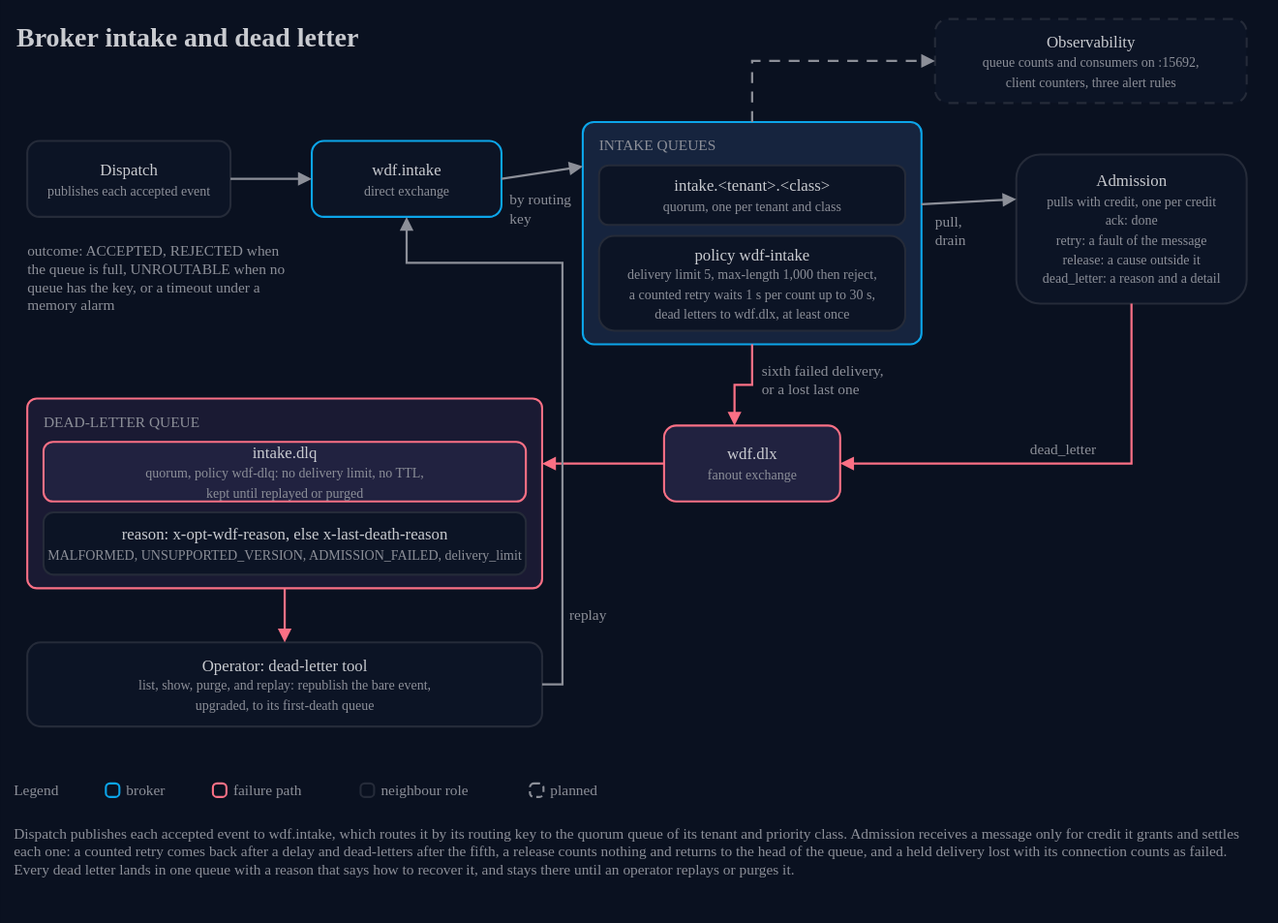
Earlier version of the draw.io export docs/architecture/19-broker-intake-and-dead-letter.drawio.svg (AndoNorth/disyard). Source tidied: cells renumbered, new cells last; positions are measured from the earlier drawing's top-left corner, leaving out a move shared by most shapes.
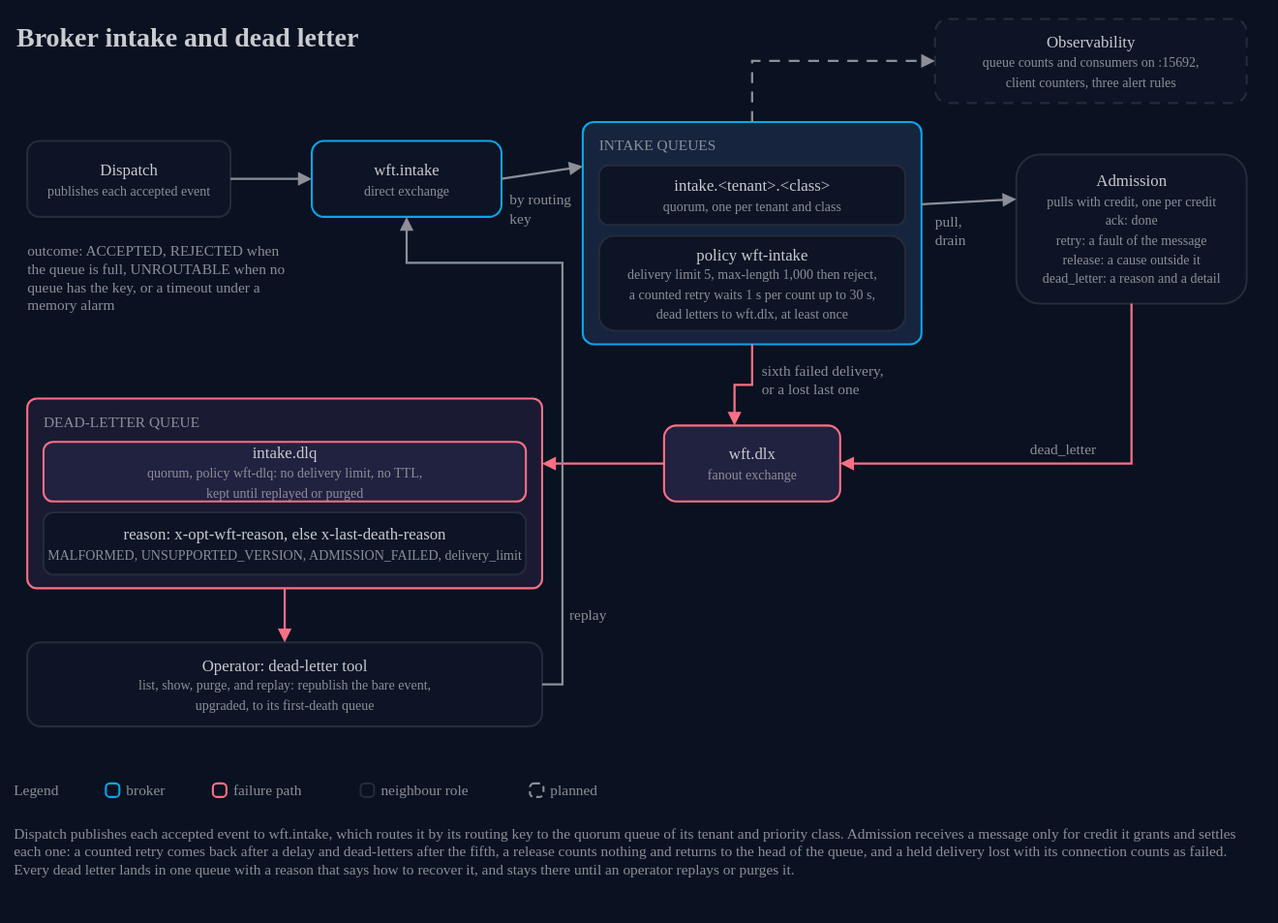
The same diagram one commit later.

Diff of the diagram source:
```diff
@@ -14,7 +14,7 @@
     <mxCell id="5" value="outcome: ACCEPTED, REJECTED when the queue is full, UNROUTABLE when no queue has the key, or a timeout under a memory alarm" style="text;html=1;strokeColor=none;fillColor=none;align=left;verticalAlign=middle;whiteSpace=wrap;fontColor=#8c8f98;fontSize=11;fontFamily=IBM Plex Sans;spacing=0;" parent="1" vertex="1">
       <mxGeometry x="10" y="160" width="190" height="70" as="geometry" />
     </mxCell>
-    <mxCell id="6" value="wdf.intake&lt;br&gt;&lt;font color=&quot;#8c8f98&quot; style=&quot;font-size:10px&quot;&gt;direct exchange&lt;/font&gt;" style="rounded=1;arcSize=16;html=1;whiteSpace=wrap;fillColor=#0c1425;strokeColor=#0ca5e9;strokeWidth=1.5;fontColor=#c9cbd0;fontSize=12;fontFamily=IBM Plex Sans;" parent="1" vertex="1">
+    <mxCell id="6" value="wft.intake&lt;br&gt;&lt;font color=&quot;#8c8f98&quot; style=&quot;font-size:10px&quot;&gt;direct exchange&lt;/font&gt;" style="rounded=1;arcSize=16;html=1;whiteSpace=wrap;fillColor=#0c1425;strokeColor=#0ca5e9;strokeWidth=1.5;fontColor=#c9cbd0;fontSize=12;fontFamily=IBM Plex Sans;" parent="1" vertex="1">
       <mxGeometry x="220" y="94" width="140" height="56" as="geometry" />
     </mxCell>
     <mxCell id="7" style="rounded=1;arcSize=5;html=1;whiteSpace=wrap;fillColor=#16243e;strokeColor=#0ca5e9;strokeWidth=1.5;fontColor=#c9cbd0;fontSize=12;fontFamily=IBM Plex Sans;verticalAlign=top;align=left;" parent="1" vertex="1">
@@ -26,13 +26,13 @@
     <mxCell id="9" value="intake.&amp;lt;tenant&amp;gt;.&amp;lt;class&amp;gt;&lt;br&gt;&lt;font color=&quot;#8c8f98&quot; style=&quot;font-size:10px&quot;&gt;quorum, one per tenant and class&lt;/font&gt;" style="rounded=1;arcSize=16;html=1;whiteSpace=wrap;fillColor=#0c1425;strokeColor=#252b39;strokeWidth=1.5;fontColor=#c9cbd0;fontSize=12;fontFamily=IBM Plex Sans;" parent="1" vertex="1">
       <mxGeometry x="432" y="112" width="226" height="44" as="geometry" />
     </mxCell>
-    <mxCell id="10" value="policy wdf-intake&lt;br&gt;&lt;font color=&quot;#8c8f98&quot; style=&quot;font-size:10px&quot;&gt;delivery limit 5, max-length 1,000 then reject,&lt;br&gt;a counted retry waits 1 s per count up to 30 s,&lt;br&gt;dead letters to wdf.dlx, at least once&lt;/font&gt;" style="rounded=1;arcSize=16;html=1;whiteSpace=wrap;fillColor=#0c1425;strokeColor=#252b39;strokeWidth=1.5;fontColor=#c9cbd0;fontSize=12;fontFamily=IBM Plex Sans;" parent="1" vertex="1">
+    <mxCell id="10" value="policy wft-intake&lt;br&gt;&lt;font color=&quot;#8c8f98&quot; style=&quot;font-size:10px&quot;&gt;delivery limit 5, max-length 1,000 then reject,&lt;br&gt;a counted retry waits 1 s per count up to 30 s,&lt;br&gt;dead letters to wft.dlx, at least once&lt;/font&gt;" style="rounded=1;arcSize=16;html=1;whiteSpace=wrap;fillColor=#0c1425;strokeColor=#252b39;strokeWidth=1.5;fontColor=#c9cbd0;fontSize=12;fontFamily=IBM Plex Sans;" parent="1" vertex="1">
       <mxGeometry x="432" y="164" width="226" height="70" as="geometry" />
     </mxCell>
     <mxCell id="11" value="Admission&lt;br&gt;&lt;font color=&quot;#8c8f98&quot; style=&quot;font-size:10px&quot;&gt;pulls with credit, one per credit&lt;br&gt;ack: done&lt;br&gt;retry: a fault of the message&lt;br&gt;release: a cause outside it&lt;br&gt;dead_letter: a reason and a detail&lt;/font&gt;" style="rounded=1;arcSize=16;html=1;whiteSpace=wrap;fillColor=#0c1425;strokeColor=#252b39;strokeWidth=1.5;fontColor=#c9cbd0;fontSize=12;fontFamily=IBM Plex Sans;" parent="1" vertex="1">
       <mxGeometry x="740" y="104" width="170" height="110" as="geometry" />
     </mxCell>
-    <mxCell id="12" value="wdf.dlx&lt;br&gt;&lt;font color=&quot;#8c8f98&quot; style=&quot;font-size:10px&quot;&gt;fanout exchange&lt;/font&gt;" style="rounded=1;arcSize=16;html=1;whiteSpace=wrap;fillColor=#212240;strokeColor=#fb7085;strokeWidth=1.5;fontColor=#c9cbd0;fontSize=12;fontFamily=IBM Plex Sans;" parent="1" vertex="1">
+    <mxCell id="12" value="wft.dlx&lt;br&gt;&lt;font color=&quot;#8c8f98&quot; style=&quot;font-size:10px&quot;&gt;fanout exchange&lt;/font&gt;" style="rounded=1;arcSize=16;html=1;whiteSpace=wrap;fillColor=#212240;strokeColor=#fb7085;strokeWidth=1.5;fontColor=#c9cbd0;fontSize=12;fontFamily=IBM Plex Sans;" parent="1" vertex="1">
       <mxGeometry x="480" y="304" width="130" height="56" as="geometry" />
     </mxCell>
     <mxCell id="13" style="rounded=1;arcSize=5;html=1;whiteSpace=wrap;fillColor=#1a1a33;strokeColor=#fb7085;strokeWidth=1.5;fontColor=#c9cbd0;fontSize=12;fontFamily=IBM Plex Sans;verticalAlign=top;align=left;" parent="1" vertex="1">
@@ -41,10 +41,10 @@
     <mxCell id="14" value="DEAD-LETTER QUEUE" style="text;html=1;strokeColor=none;fillColor=none;align=left;verticalAlign=middle;whiteSpace=nowrap;fontColor=#8c8f98;fontSize=11;fontFamily=IBM Plex Mono;spacing=0;" parent="1" vertex="1">
       <mxGeometry x="22" y="292" width="356" height="18" as="geometry" />
     </mxCell>
-    <mxCell id="15" value="intake.dlq&lt;br&gt;&lt;font color=&quot;#8c8f98&quot; style=&quot;font-size:10px&quot;&gt;quorum, policy wdf-dlq: no delivery limit, no TTL,&lt;br&gt;kept until replayed or purged&lt;/font&gt;" style="rounded=1;arcSize=16;html=1;whiteSpace=wrap;fillColor=#212240;strokeColor=#fb7085;strokeWidth=1.5;fontColor=#c9cbd0;fontSize=12;fontFamily=IBM Plex Sans;" parent="1" vertex="1">
+    <mxCell id="15" value="intake.dlq&lt;br&gt;&lt;font color=&quot;#8c8f98&quot; style=&quot;font-size:10px&quot;&gt;quorum, policy wft-dlq: no delivery limit, no TTL,&lt;br&gt;kept until replayed or purged&lt;/font&gt;" style="rounded=1;arcSize=16;html=1;whiteSpace=wrap;fillColor=#212240;strokeColor=#fb7085;strokeWidth=1.5;fontColor=#c9cbd0;fontSize=12;fontFamily=IBM Plex Sans;" parent="1" vertex="1">
       <mxGeometry x="22" y="316" width="356" height="44" as="geometry" />
     </mxCell>
-    <mxCell id="16" value="reason: x-opt-wdf-reason, else x-last-death-reason&lt;br&gt;&lt;font color=&quot;#8c8f98&quot; style=&quot;font-size:10px&quot;&gt;MALFORMED, UNSUPPORTED_VERSION, ADMISSION_FAILED, delivery_limit&lt;/font&gt;" style="rounded=1;arcSize=16;html=1;whiteSpace=wrap;fillColor=#0c1425;strokeColor=#252b39;strokeWidth=1.5;fontColor=#c9cbd0;fontSize=12;fontFamily=IBM Plex Sans;" parent="1" vertex="1">
+    <mxCell id="16" value="reason: x-opt-wft-reason, else x-last-death-reason&lt;br&gt;&lt;font color=&quot;#8c8f98&quot; style=&quot;font-size:10px&quot;&gt;MALFORMED, UNSUPPORTED_VERSION, ADMISSION_FAILED, delivery_limit&lt;/font&gt;" style="rounded=1;arcSize=16;html=1;whiteSpace=wrap;fillColor=#0c1425;strokeColor=#252b39;strokeWidth=1.5;fontColor=#c9cbd0;fontSize=12;fontFamily=IBM Plex Sans;" parent="1" vertex="1">
       <mxGeometry x="22" y="368" width="356" height="46" as="geometry" />
     </mxCell>
     <mxCell id="17" value="Operator: dead-letter tool&lt;br&gt;&lt;font color=&quot;#8c8f98&quot; style=&quot;font-size:10px&quot;&gt;list, show, purge, and replay: republish the bare event,&lt;br&gt;upgraded, to its first-death queue&lt;/font&gt;" style="rounded=1;arcSize=16;html=1;whiteSpace=wrap;fillColor=#0c1425;strokeColor=#252b39;strokeWidth=1.5;fontColor=#c9cbd0;fontSize=12;fontFamily=IBM Plex Sans;" parent="1" vertex="1">
@@ -138,7 +138,7 @@
     <mxCell id="40" value="planned" style="text;html=1;strokeColor=none;fillColor=none;align=left;verticalAlign=middle;whiteSpace=nowrap;fontColor=#8c8f98;fontSize=11;fontFamily=IBM Plex Sans;spacing=0;" parent="1" vertex="1">
       <mxGeometry x="396" y="564" width="60" height="18" as="geometry" />
     </mxCell>
-    <mxCell id="41" value="Dispatch publishes each accepted event to wdf.intake, which routes it by its routing key to the quorum queue of its tenant and priority class. Admission receives a message only for credit it grants and settles each one: a counted retry comes back after a delay and dead-letters after the fifth, a release counts nothing and returns to the head of the queue, and a held delivery lost with its connection counts as failed. Every dead letter lands in one queue with a reason that says how to recover it, and stays there until an operator replays or purges it." style="text;html=1;strokeColor=none;fillColor=none;align=left;verticalAlign=top;whiteSpace=wrap;fontColor=#8c8f98;fontSize=11;fontFamily=IBM Plex Sans;spacing=0;" parent="1" vertex="1">
+    <mxCell id="41" value="Dispatch publishes each accepted event to wft.intake, which routes it by its routing key to the quorum queue of its tenant and priority class. Admission receives a message only for credit it grants and settles each one: a counted retry comes back after a delay and dead-letters after the fifth, a release counts nothing and returns to the head of the queue, and a held delivery lost with its connection counts as failed. Every dead letter lands in one queue with a reason that says how to recover it, and stays there until an operator replays or purges it." style="text;html=1;strokeColor=none;fillColor=none;align=left;verticalAlign=top;whiteSpace=wrap;fontColor=#8c8f98;fontSize=11;fontFamily=IBM Plex Sans;spacing=0;" parent="1" vertex="1">
       <mxGeometry y="594" width="910" height="56" as="geometry" />
     </mxCell>
   </root>
```
